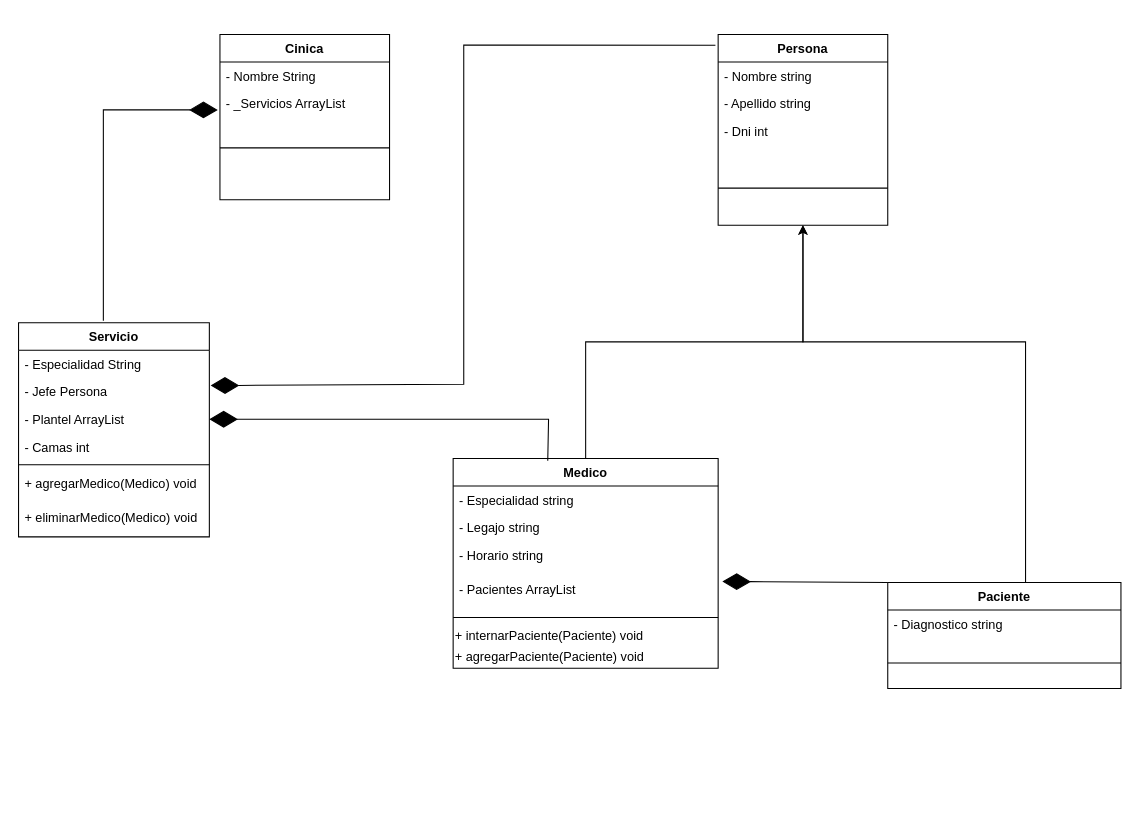
Before: Trabajo final algoypro.drawio in Matyacc/trabajo_algoritmos, a draw.io diagram. Source tidied: cells renumbered, new cells numbered last; positions are measured from the earlier drawing's top-left corner, leaving out a move shared by most shapes. Both pictures are drawn from the tidied source at 106%, with x=0, y=0 at pixel (18, 34).
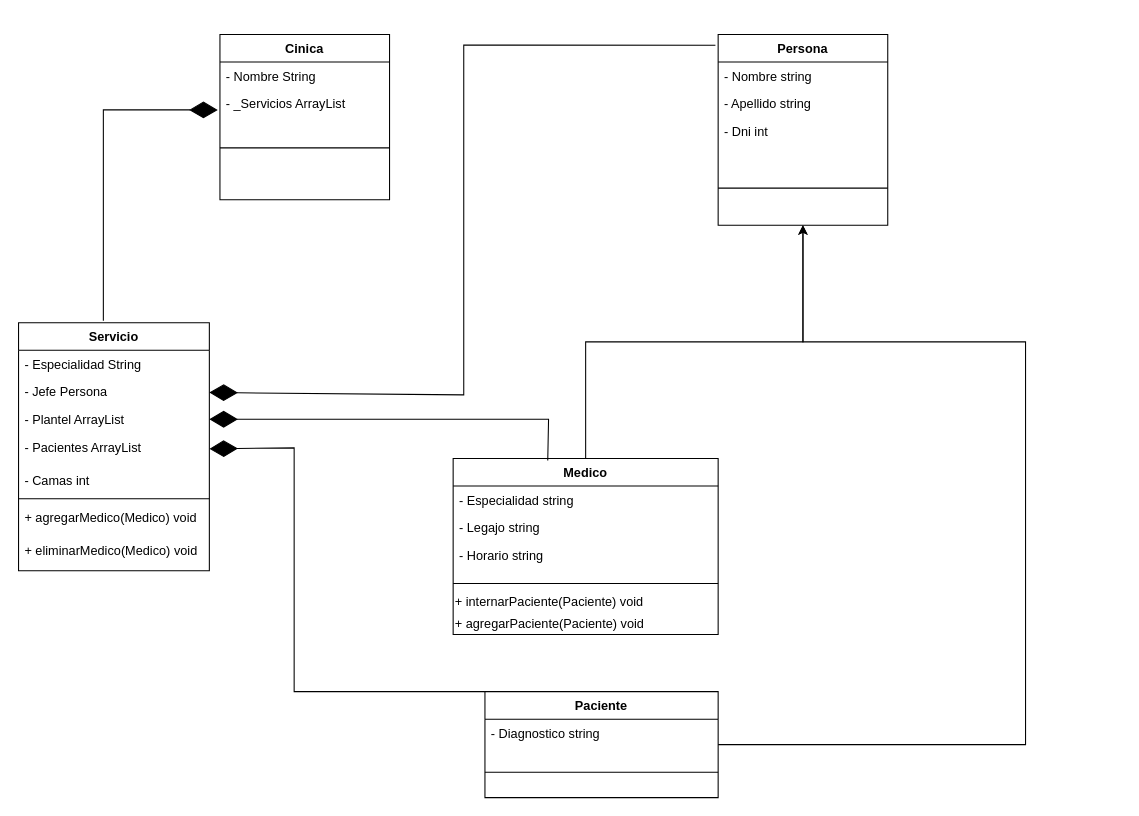
The same diagram, later.

Unchanged cells that the change refers to:
```xml
<mxCell id="9" value="- Jefe Persona" style="text;strokeColor=none;fillColor=none;align=left;verticalAlign=top;spacingLeft=4;spacingRight=4;overflow=hidden;points=[[0,0.5],[1,0.5]];portConstraint=eastwest;" parent="7" vertex="1">
  <mxGeometry y="52" width="180" height="26" as="geometry" />
</mxCell>
<mxCell id="15" value="Persona" style="swimlane;fontStyle=1;align=center;verticalAlign=top;horizontal=1;startSize=26;" parent="1" vertex="1">
  <mxGeometry x="660" width="160" height="180" as="geometry" />
</mxCell>
```

Change to the diagram source:
```diff
@@
     <mxCell id="7" value="Servicio" style="swimlane;fontStyle=1;align=center;verticalAlign=top;horizontal=1;startSize=26;" parent="1" vertex="1">
-      <mxGeometry y="272" width="180" height="202" as="geometry" />
+      <mxGeometry y="272" width="180" height="234" as="geometry" />
     </mxCell>
@@
+    <mxCell id="25" value="- Pacientes ArrayList" style="text;strokeColor=none;fillColor=none;align=left;verticalAlign=top;spacingLeft=4;spacingRight=4;overflow=hidden;points=[[0,0.5],[1,0.5]];portConstraint=eastwest;" parent="7" vertex="1">
+      <mxGeometry y="104" width="180" height="32" as="geometry" />
+    </mxCell>
     <mxCell id="11" value="- Camas int" style="text;strokeColor=none;fillColor=none;align=left;verticalAlign=top;spacingLeft=4;spacingRight=4;overflow=hidden;" parent="7" vertex="1">
-      <mxGeometry y="104" width="180" height="26" as="geometry" />
+      <mxGeometry y="136" width="180" height="26" as="geometry" />
     </mxCell>
     <mxCell id="12" style="line;strokeWidth=1;fillColor=none;align=left;verticalAlign=middle;spacingTop=-1;spacingLeft=3;spacingRight=3;labelPosition=right;" parent="7" vertex="1">
-      <mxGeometry y="130" width="180" height="8" as="geometry" />
+      <mxGeometry y="162" width="180" height="8" as="geometry" />
     </mxCell>
     <mxCell id="13" value="+ agregarMedico(Medico) void" style="text;strokeColor=none;fillColor=none;align=left;verticalAlign=top;spacingLeft=4;spacingRight=4;overflow=hidden;" parent="7" vertex="1">
-      <mxGeometry y="138" width="180" height="32" as="geometry" />
+      <mxGeometry y="170" width="180" height="32" as="geometry" />
     </mxCell>
     <mxCell id="14" value="+ eliminarMedico(Medico) void" style="text;strokeColor=none;fillColor=none;align=left;verticalAlign=top;spacingLeft=4;spacingRight=4;overflow=hidden;" parent="7" vertex="1">
-      <mxGeometry y="170" width="180" height="32" as="geometry" />
+      <mxGeometry y="202" width="180" height="32" as="geometry" />
     </mxCell>
@@
     <mxCell id="21" value="Medico" style="swimlane;fontStyle=1;align=center;verticalAlign=top;horizontal=1;startSize=26;rotation=0;" parent="1" vertex="1">
-      <mxGeometry x="410" y="400" width="250" height="198" as="geometry" />
+      <mxGeometry x="410" y="400" width="250" height="166" as="geometry" />
     </mxCell>
@@
-    <mxCell id="25" value="- Pacientes ArrayList" style="text;strokeColor=none;fillColor=none;align=left;verticalAlign=top;spacingLeft=4;spacingRight=4;overflow=hidden;points=[[0,0.5],[1,0.5]];portConstraint=eastwest;" parent="21" vertex="1">
-      <mxGeometry y="110" width="250" height="32" as="geometry" />
-    </mxCell>
     <mxCell id="26" style="line;strokeWidth=1;fillColor=none;align=left;verticalAlign=middle;spacingTop=-1;spacingLeft=3;spacingRight=3;labelPosition=right;" parent="21" vertex="1">
-      <mxGeometry y="142" width="250" height="16" as="geometry" />
+      <mxGeometry y="110" width="250" height="16" as="geometry" />
     </mxCell>
     <mxCell id="27" value="+ internarPaciente(Paciente) void" style="text;html=1;align=left;verticalAlign=middle;strokeColor=none;fillColor=none;" parent="21" vertex="1">
-      <mxGeometry y="158" width="250" height="20" as="geometry" />
+      <mxGeometry y="126" width="250" height="20" as="geometry" />
     </mxCell>
     <mxCell id="28" value="+ agregarPaciente(Paciente) void" style="text;html=1;align=left;verticalAlign=middle;strokeColor=none;fillColor=none;" parent="21" vertex="1">
-      <mxGeometry y="178" width="250" height="20" as="geometry" />
+      <mxGeometry y="146" width="250" height="20" as="geometry" />
     </mxCell>
@@
     <mxCell id="30" value="Paciente" style="swimlane;fontStyle=1;align=center;verticalAlign=top;horizontal=1;startSize=26;" parent="1" vertex="1">
-      <mxGeometry x="820" y="517" width="220" height="100" as="geometry" />
+      <mxGeometry x="440" y="620" width="220" height="100" as="geometry" />
     </mxCell>
@@
-    <mxCell id="35" style="endArrow=diamondThin;endFill=1;endSize=24;html=1;rounded=0;entryX=1.007;entryY=0.278;entryDx=0;entryDy=0;entryPerimeter=0;exitX=-0.016;exitY=0.057;exitDx=0;exitDy=0;exitPerimeter=0;" parent="1" edge="1" source="15" target="9">
+    <mxCell id="35" style="endArrow=diamondThin;endFill=1;endSize=24;html=1;rounded=0;exitX=-0.016;exitY=0.057;exitDx=0;exitDy=0;exitPerimeter=0;" parent="1" edge="1" source="15" target="9">
       <mxGeometry relative="1" as="geometry">
         <Array as="points">
           <mxPoint x="420" y="10" />
-          <mxPoint x="420" y="330" />
+          <mxPoint x="420" y="340" />
         </Array>
       </mxGeometry>
     </mxCell>
-    <mxCell id="36" style="endArrow=diamondThin;endFill=1;endSize=24;html=1;rounded=0;exitX=0;exitY=0;exitDx=0;exitDy=0;entryX=1.016;entryY=0.189;entryDx=0;entryDy=0;entryPerimeter=0;" parent="1" edge="1" source="30" target="25">
-      <mxGeometry relative="1" as="geometry" />
+    <mxCell id="36" style="endArrow=diamondThin;endFill=1;endSize=24;html=1;rounded=0;exitX=0;exitY=0;exitDx=0;exitDy=0;" parent="1" edge="1" source="30" target="25">
+      <mxGeometry relative="1" as="geometry">
+        <Array as="points">
+          <mxPoint x="260" y="620" />
+          <mxPoint x="260" y="390" />
+        </Array>
+      </mxGeometry>
     </mxCell>
```
